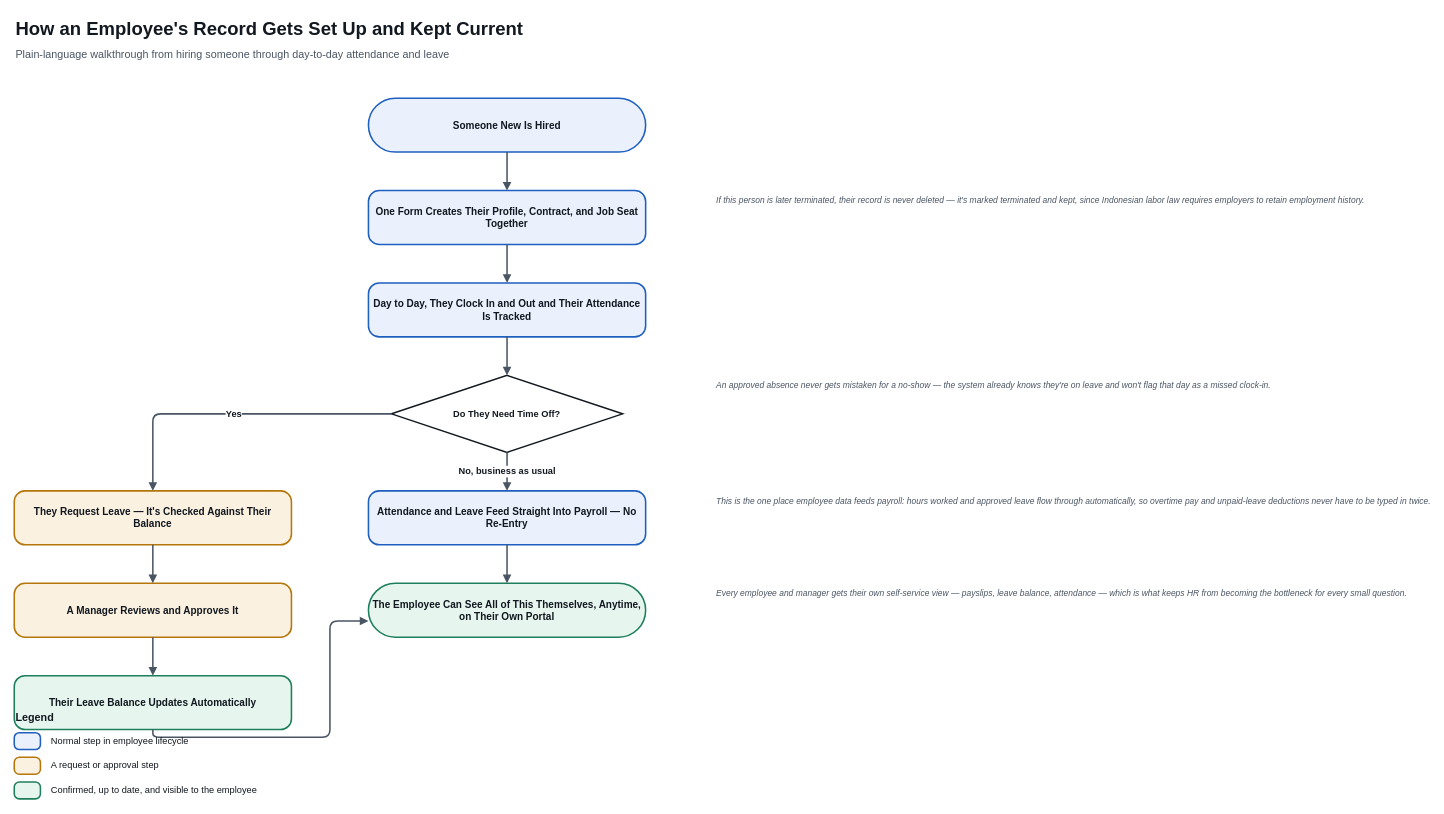
This is app/Modules/HCM/HCM_FLOW.drawio from andrych17/qualiv_project, a draw.io file, before an edit. Source tidied: cells renumbered, new cells numbered last; positions are measured from the earlier drawing's top-left corner, leaving out a move shared by most shapes. Both pictures are drawn from the tidied source at 77%, with x=0, y=0 at pixel (14, 13).
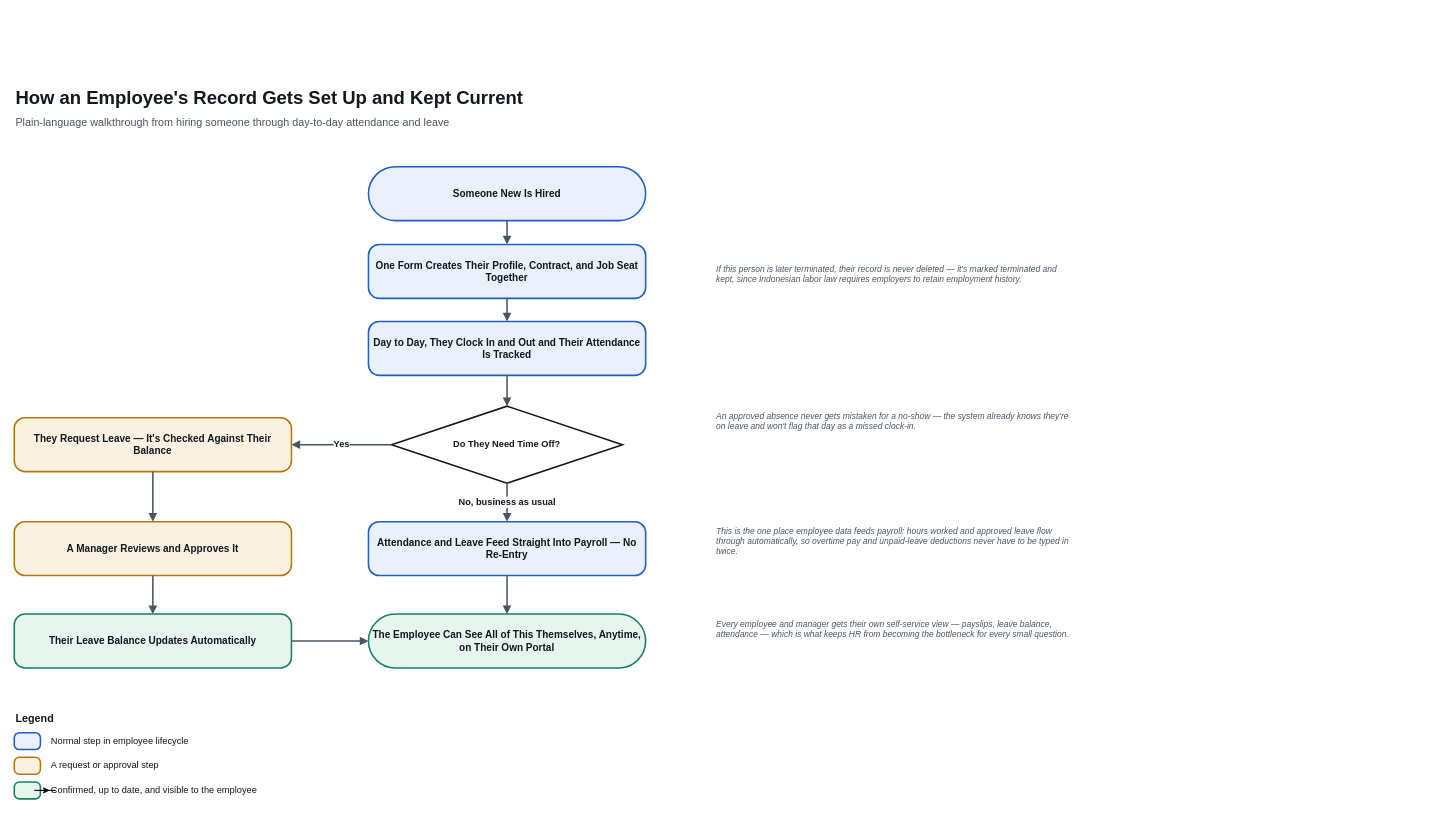
The same page after the edit.

Unchanged cells that the change refers to:
```xml
<mxCell id="32" value="Confirmed, up to date, and visible to the employee" style="text;html=1;fontSize=12;fontColor=#12181F;align=left;verticalAlign=middle;" parent="1" vertex="1">
  <mxGeometry x="46" y="995" width="480" height="28" as="geometry" />
</mxCell>
```

Change to the diagram source:
```diff
@@
+    <mxCell id="31" style="rounded=1;arcSize=30;whiteSpace=wrap;html=1;fillColor=#E7F5EF;strokeColor=#1E7F5C;strokeWidth=2;" parent="1" vertex="1">
+      <mxGeometry y="998" width="34" height="22" as="geometry" />
+    </mxCell>
     <mxCell id="2" value="How an Employee's Record Gets Set Up and Kept Current" style="text;html=1;fontSize=24;fontStyle=1;fontColor=#12181F;align=left;" parent="1" vertex="1">
-      <mxGeometry width="1000" height="36" as="geometry" />
+      <mxGeometry y="89" width="1000" height="36" as="geometry" />
     </mxCell>
     <mxCell id="3" value="Plain-language walkthrough from hiring someone through day-to-day attendance and leave" style="text;html=1;fontSize=14;fontColor=#4A5563;align=left;" parent="1" vertex="1">
-      <mxGeometry y="38" width="1000" height="24" as="geometry" />
+      <mxGeometry y="127" width="1000" height="24" as="geometry" />
     </mxCell>
     <mxCell id="4" value="Someone New Is Hired" style="rounded=1;arcSize=50;whiteSpace=wrap;html=1;fillColor=#EAF1FC;strokeColor=#1F5FBF;strokeWidth=2;fontSize=13;fontStyle=1;fontColor=#12181F;" parent="1" vertex="1">
-      <mxGeometry x="460" y="110" width="360" height="70" as="geometry" />
+      <mxGeometry x="460" y="199" width="360" height="70" as="geometry" />
     </mxCell>
     <mxCell id="5" value="One Form Creates Their Profile, Contract, and Job Seat Together" style="rounded=1;arcSize=20;whiteSpace=wrap;html=1;fillColor=#EAF1FC;strokeColor=#1F5FBF;strokeWidth=2;fontSize=13;fontStyle=1;fontColor=#12181F;" parent="1" vertex="1">
-      <mxGeometry x="460" y="230" width="360" height="70" as="geometry" />
+      <mxGeometry x="460" y="300" width="360" height="70" as="geometry" />
     </mxCell>
     <mxCell id="6" value="Day to Day, They Clock In and Out and Their Attendance Is Tracked" style="rounded=1;arcSize=20;whiteSpace=wrap;html=1;fillColor=#EAF1FC;strokeColor=#1F5FBF;strokeWidth=2;fontSize=13;fontStyle=1;fontColor=#12181F;" parent="1" vertex="1">
-      <mxGeometry x="460" y="350" width="360" height="70" as="geometry" />
+      <mxGeometry x="460" y="400" width="360" height="70" as="geometry" />
     </mxCell>
     <mxCell id="7" value="Do They Need Time Off?" style="rhombus;whiteSpace=wrap;html=1;fillColor=#FFFFFF;strokeColor=#12181F;strokeWidth=2;fontSize=12;fontStyle=1;fontColor=#12181F;" parent="1" vertex="1">
-      <mxGeometry x="490" y="470" width="300" height="100" as="geometry" />
+      <mxGeometry x="490" y="510" width="300" height="100" as="geometry" />
     </mxCell>
     <mxCell id="8" value="They Request Leave — It's Checked Against Their Balance" style="rounded=1;arcSize=20;whiteSpace=wrap;html=1;fillColor=#FBF1E1;strokeColor=#B5760A;strokeWidth=2;fontSize=13;fontStyle=1;fontColor=#12181F;" parent="1" vertex="1">
-      <mxGeometry y="620" width="360" height="70" as="geometry" />
+      <mxGeometry y="525" width="360" height="70" as="geometry" />
     </mxCell>
     <mxCell id="9" value="A Manager Reviews and Approves It" style="rounded=1;arcSize=20;whiteSpace=wrap;html=1;fillColor=#FBF1E1;strokeColor=#B5760A;strokeWidth=2;fontSize=13;fontStyle=1;fontColor=#12181F;" parent="1" vertex="1">
-      <mxGeometry y="740" width="360" height="70" as="geometry" />
+      <mxGeometry y="660" width="360" height="70" as="geometry" />
     </mxCell>
     <mxCell id="10" value="Their Leave Balance Updates Automatically" style="rounded=1;arcSize=20;whiteSpace=wrap;html=1;fillColor=#E7F5EF;strokeColor=#1E7F5C;strokeWidth=2;fontSize=13;fontStyle=1;fontColor=#12181F;" parent="1" vertex="1">
-      <mxGeometry y="860" width="360" height="70" as="geometry" />
+      <mxGeometry y="780" width="360" height="70" as="geometry" />
     </mxCell>
     <mxCell id="11" value="Attendance and Leave Feed Straight Into Payroll — No Re-Entry" style="rounded=1;arcSize=20;whiteSpace=wrap;html=1;fillColor=#EAF1FC;strokeColor=#1F5FBF;strokeWidth=2;fontSize=13;fontStyle=1;fontColor=#12181F;" parent="1" vertex="1">
-      <mxGeometry x="460" y="620" width="360" height="70" as="geometry" />
+      <mxGeometry x="460" y="660" width="360" height="70" as="geometry" />
     </mxCell>
     <mxCell id="12" value="The Employee Can See All of This Themselves, Anytime, on Their Own Portal" style="rounded=1;arcSize=50;whiteSpace=wrap;html=1;fillColor=#E7F5EF;strokeColor=#1E7F5C;strokeWidth=2;fontSize=13;fontStyle=1;fontColor=#12181F;" parent="1" vertex="1">
-      <mxGeometry x="460" y="740" width="360" height="70" as="geometry" />
+      <mxGeometry x="460" y="780" width="360" height="70" as="geometry" />
     </mxCell>
@@
-    <mxCell id="21" style="edgeStyle=orthogonalEdgeStyle;rounded=1;html=1;endArrow=block;endFill=1;strokeColor=#4A5563;strokeWidth=2;fontSize=12;fontStyle=1;fontColor=#12181F;labelBackgroundColor=#FFFFFF;exitX=0.5;exitY=1;exitDx=0;exitDy=0;entryX=0;entryY=0.7;entryDx=0;entryDy=0;" parent="1" edge="1" source="10" target="12">
-      <mxGeometry relative="1" as="geometry" />
+    <mxCell id="21" style="edgeStyle=orthogonalEdgeStyle;rounded=1;html=1;endArrow=block;endFill=1;strokeColor=#4A5563;strokeWidth=2;fontSize=12;fontStyle=1;fontColor=#12181F;labelBackgroundColor=#FFFFFF;exitX=1;exitY=0.5;exitDx=0;exitDy=0;entryX=0;entryY=0.5;entryDx=0;entryDy=0;" parent="1" edge="1" source="10" target="12">
+      <mxGeometry relative="1" as="geometry">
+        <Array as="points">
+          <mxPoint x="380" y="815" />
+          <mxPoint x="380" y="815" />
+        </Array>
+      </mxGeometry>
     </mxCell>
-    <mxCell id="22" value="If this person is later terminated, their record is never deleted — it's marked terminated and kept, since Indonesian labor law requires employers to retain employment history." style="text;html=1;fontSize=11;fontColor=#4A5563;fontStyle=2;align=left;verticalAlign=top;" parent="1" vertex="1">
-      <mxGeometry x="910" y="230" width="460" height="70" as="geometry" />
+    <mxCell id="22" value="If this person is later terminated, their record is never deleted — it's marked terminated and kept, since Indonesian labor law requires employers to retain employment history." style="text;html=1;fontSize=11;fontColor=#4A5563;fontStyle=2;align=left;verticalAlign=top;whiteSpace=wrap;" parent="1" vertex="1">
+      <mxGeometry x="910" y="319" width="460" height="70" as="geometry" />
     </mxCell>
-    <mxCell id="23" value="An approved absence never gets mistaken for a no-show — the system already knows they're on leave and won't flag that day as a missed clock-in." style="text;html=1;fontSize=11;fontColor=#4A5563;fontStyle=2;align=left;verticalAlign=top;" parent="1" vertex="1">
-      <mxGeometry x="910" y="470" width="460" height="60" as="geometry" />
+    <mxCell id="23" value="An approved absence never gets mistaken for a no-show — the system already knows they're on leave and won't flag that day as a missed clock-in." style="text;html=1;fontSize=11;fontColor=#4A5563;fontStyle=2;align=left;verticalAlign=top;whiteSpace=wrap;" parent="1" vertex="1">
+      <mxGeometry x="910" y="510" width="460" height="60" as="geometry" />
     </mxCell>
-    <mxCell id="24" value="This is the one place employee data feeds payroll: hours worked and approved leave flow through automatically, so overtime pay and unpaid-leave deductions never have to be typed in twice." style="text;html=1;fontSize=11;fontColor=#4A5563;fontStyle=2;align=left;verticalAlign=top;" parent="1" vertex="1">
-      <mxGeometry x="910" y="620" width="460" height="80" as="geometry" />
+    <mxCell id="24" value="This is the one place employee data feeds payroll: hours worked and approved leave flow through automatically, so overtime pay and unpaid-leave deductions never have to be typed in twice." style="text;html=1;fontSize=11;fontColor=#4A5563;fontStyle=2;align=left;verticalAlign=top;whiteSpace=wrap;" parent="1" vertex="1">
+      <mxGeometry x="910" y="660" width="460" height="80" as="geometry" />
     </mxCell>
-    <mxCell id="25" value="Every employee and manager gets their own self-service view — payslips, leave balance, attendance — which is what keeps HR from becoming the bottleneck for every small question." style="text;html=1;fontSize=11;fontColor=#4A5563;fontStyle=2;align=left;verticalAlign=top;" parent="1" vertex="1">
-      <mxGeometry x="910" y="740" width="460" height="70" as="geometry" />
+    <mxCell id="25" value="Every employee and manager gets their own self-service view — payslips, leave balance, attendance — which is what keeps HR from becoming the bottleneck for every small question." style="text;html=1;fontSize=11;fontColor=#4A5563;fontStyle=2;align=left;verticalAlign=top;whiteSpace=wrap;" parent="1" vertex="1">
+      <mxGeometry x="910" y="780" width="460" height="70" as="geometry" />
     </mxCell>
     <mxCell id="26" value="Legend" style="text;html=1;fontSize=14;fontStyle=1;fontColor=#12181F;align=left;" parent="1" vertex="1">
-      <mxGeometry y="900" width="200" height="24" as="geometry" />
+      <mxGeometry y="901" width="200" height="24" as="geometry" />
     </mxCell>
@@
-    <mxCell id="31" style="rounded=1;arcSize=30;whiteSpace=wrap;html=1;fillColor=#E7F5EF;strokeColor=#1E7F5C;strokeWidth=2;" parent="1" vertex="1">
-      <mxGeometry y="998" width="34" height="22" as="geometry" />
-    </mxCell>
+    <mxCell id="33" style="edgeStyle=orthogonalEdgeStyle;rounded=0;jettySize=auto;html=1;" parent="1" edge="1" source="31" target="32">
+      <mxGeometry relative="1" as="geometry" />
+    </mxCell>
```
